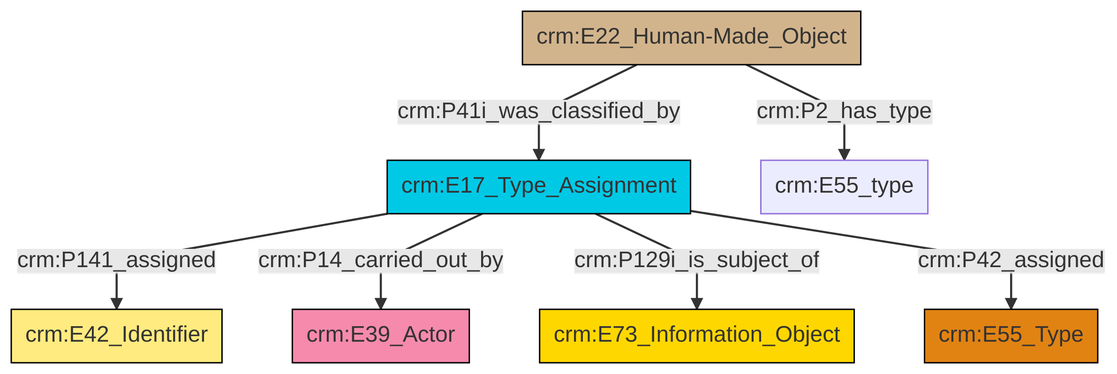
Before: et/builtWorkCSV/ttl/mmd/png/Built_Work_designation_status.png, a diagram exported from Mermaid (swiss-art-research-net/docs.swissartresearch). Its source is kept beside it as et/builtWorkCSV/ttl/mmd/Built_Work_designation_status.ttl.mmd.
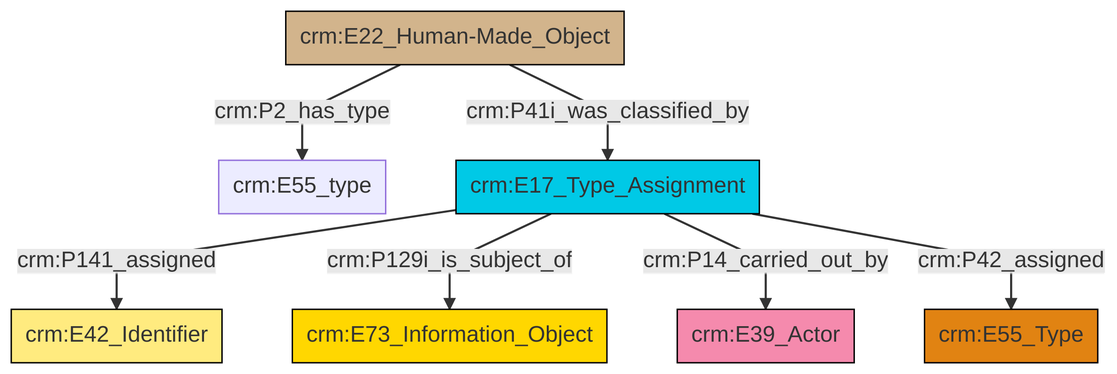
After the commit.

Diff of the diagram source:
```diff
@@ -13,9 +13,9 @@
 classDef PC_Classes fill:#4ce600, stroke:#000000;
 classDef Multi fill:#cccccc,stroke:#000000;
 
-0["crm:E22_Human-Made_Object"]:::Physical_Thing -->|crm:P41i_was_classified_by| 1["crm:E17_Type_Assignment"]:::Temporal_Entity
-1["crm:E17_Type_Assignment"]:::Temporal_Entity -->|crm:P141_assigned| 2["crm:E42_Identifier"]:::Appellation
-1["crm:E17_Type_Assignment"]:::Temporal_Entity -->|crm:P14_carried_out_by| 5["crm:E39_Actor"]:::Actor
-1["crm:E17_Type_Assignment"]:::Temporal_Entity -->|crm:P129i_is_subject_of| 6["crm:E73_Information_Object"]:::Conceptual_Object
-1["crm:E17_Type_Assignment"]:::Temporal_Entity -->|crm:P42_assigned| 8["crm:E55_Type"]:::Type
-0["crm:E22_Human-Made_Object"]:::Physical_Thing -->|crm:P2_has_type| 13["crm:E55_type"]:::Default
+6["crm:E17_Type_Assignment"]:::Temporal_Entity -->|crm:P141_assigned| 7["crm:E42_Identifier"]:::Appellation
+2["crm:E22_Human-Made_Object"]:::Physical_Thing -->|crm:P2_has_type| 4["crm:E55_type"]:::Default
+2["crm:E22_Human-Made_Object"]:::Physical_Thing -->|crm:P41i_was_classified_by| 6["crm:E17_Type_Assignment"]:::Temporal_Entity
+6["crm:E17_Type_Assignment"]:::Temporal_Entity -->|crm:P129i_is_subject_of| 9["crm:E73_Information_Object"]:::Conceptual_Object
+6["crm:E17_Type_Assignment"]:::Temporal_Entity -->|crm:P14_carried_out_by| 13["crm:E39_Actor"]:::Actor
+6["crm:E17_Type_Assignment"]:::Temporal_Entity -->|crm:P42_assigned| 0["crm:E55_Type"]:::Type
```
